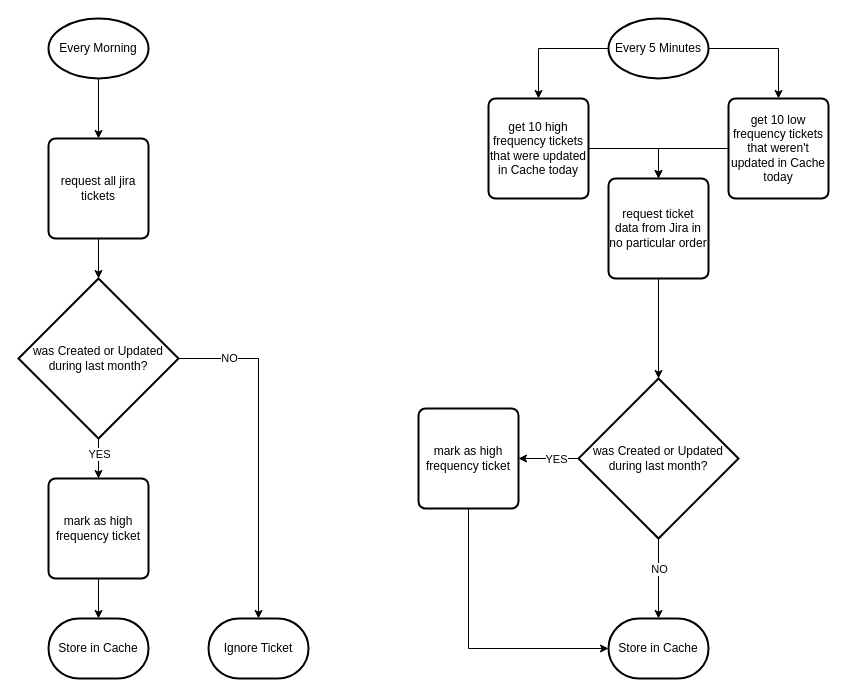
Before: src/JiraSync.drawio in Skadisson/petrus, a draw.io diagram. Source tidied: cells renumbered, new cells numbered last; positions are measured from the earlier drawing's top-left corner, leaving out a move shared by most shapes. Both pictures are drawn from the tidied source at 100%, with x=0, y=0 at pixel (18, 18).
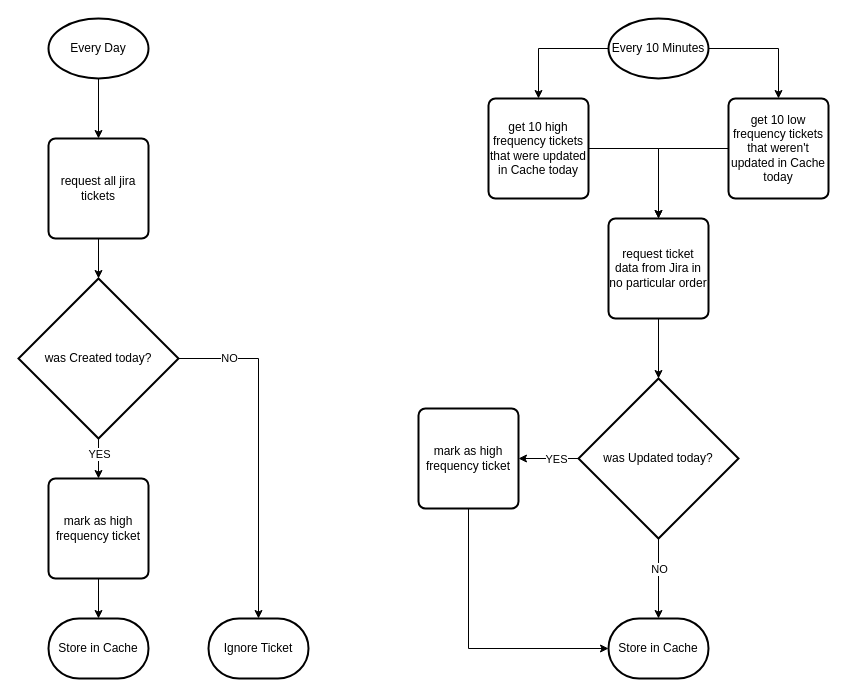
After the change.

Commit message:
updated sync concept

Diff of the diagram source:
```diff
@@
-    <mxCell id="3" value="Every 5 Minutes" style="strokeWidth=2;html=1;shape=mxgraph.flowchart.start_1;whiteSpace=wrap;" parent="1" vertex="1">
+    <mxCell id="3" value="Every 10 Minutes" style="strokeWidth=2;html=1;shape=mxgraph.flowchart.start_1;whiteSpace=wrap;" parent="1" vertex="1">
       <mxGeometry x="590" width="100" height="60" as="geometry" />
     </mxCell>
@@
-    <mxCell id="12" value="was Created or Updated during last month?" style="strokeWidth=2;html=1;shape=mxgraph.flowchart.decision;whiteSpace=wrap;" parent="1" vertex="1">
+    <mxCell id="12" value="was Updated today?" style="strokeWidth=2;html=1;shape=mxgraph.flowchart.decision;whiteSpace=wrap;" parent="1" vertex="1">
       <mxGeometry x="560" y="360" width="160" height="160" as="geometry" />
     </mxCell>
@@
     <mxCell id="16" value="request ticket data from Jira in no particular order" style="rounded=1;whiteSpace=wrap;html=1;absoluteArcSize=1;arcSize=14;strokeWidth=2;" parent="1" vertex="1">
-      <mxGeometry x="590" y="160" width="100" height="100" as="geometry" />
+      <mxGeometry x="590" y="200" width="100" height="100" as="geometry" />
     </mxCell>
@@
-    <mxCell id="20" value="Every Morning" style="strokeWidth=2;html=1;shape=mxgraph.flowchart.start_1;whiteSpace=wrap;" parent="1" vertex="1">
+    <mxCell id="20" value="Every Day" style="strokeWidth=2;html=1;shape=mxgraph.flowchart.start_1;whiteSpace=wrap;" parent="1" vertex="1">
       <mxGeometry x="30" width="100" height="60" as="geometry" />
     </mxCell>
@@
-    <mxCell id="27" value="was Created or Updated during last month?" style="strokeWidth=2;html=1;shape=mxgraph.flowchart.decision;whiteSpace=wrap;" parent="1" vertex="1">
+    <mxCell id="27" value="was Created today?" style="strokeWidth=2;html=1;shape=mxgraph.flowchart.decision;whiteSpace=wrap;" parent="1" vertex="1">
       <mxGeometry y="260" width="160" height="160" as="geometry" />
     </mxCell>
```
